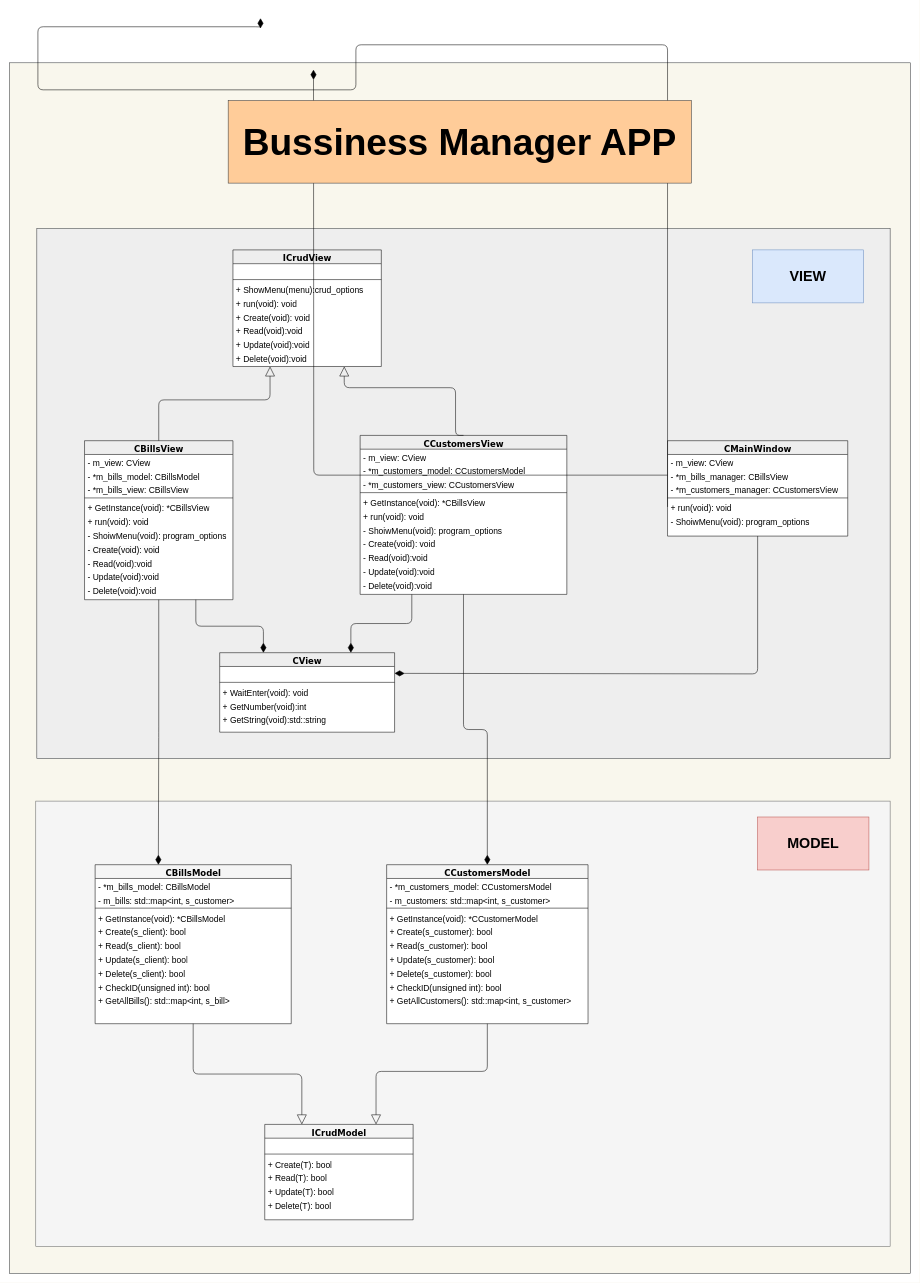
Above: page "Architecture" (1 of 2) of architecture.drawio in rafacc1414/BusinessManager (draw.io), before the change. Source tidied: cells renumbered, new cells numbered last; positions are measured from the earlier drawing's top-left corner, leaving out a move shared by most shapes. Both pictures are drawn from the tidied source at 53%, with x=0, y=0 at pixel (9, 18).
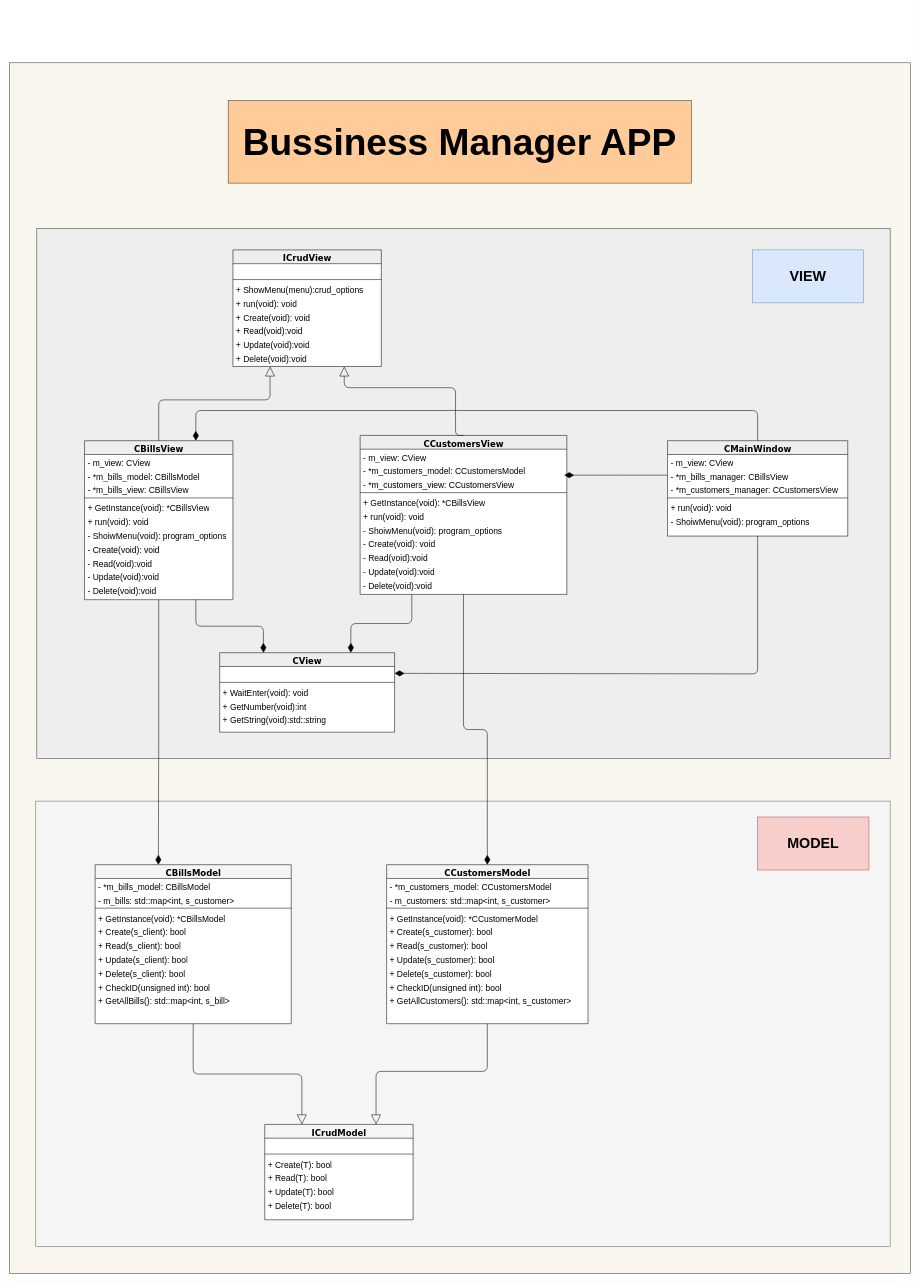
The same page after the edit.

Unchanged cells that the change refers to:
```xml
<mxCell id="4" value="CMainWindow" style="swimlane;html=1;fontStyle=1;align=center;verticalAlign=top;horizontal=1;startSize=26;swimlaneFillColor=#ffffff;rounded=0;shadow=0;comic=0;labelBackgroundColor=none;strokeWidth=1;fillColor=none;fontFamily=Verdana;fontSize=16;" parent="1" vertex="1">
  <mxGeometry x="1242" y="797" width="340" height="180" as="geometry" />
</mxCell>
<mxCell id="6" value="- *m_bills_manager: CBillsView" style="text;html=1;strokeColor=none;fillColor=none;align=left;verticalAlign=top;spacingLeft=4;spacingRight=4;whiteSpace=wrap;overflow=hidden;points=[[0,0.5],[1,0.5]];portConstraint=eastwest;fontSize=16;" parent="4" vertex="1">
  <mxGeometry y="52" width="340" height="26" as="geometry" />
</mxCell>
<mxCell id="9" value="+ run(void): void" style="text;html=1;strokeColor=none;fillColor=none;align=left;verticalAlign=top;spacingLeft=4;spacingRight=4;whiteSpace=wrap;overflow=hidden;points=[[0,0.5],[1,0.5]];portConstraint=eastwest;fontSize=16;" parent="4" vertex="1">
  <mxGeometry y="112" width="340" height="26" as="geometry" />
</mxCell>
<mxCell id="11" value="CBillsView" style="swimlane;html=1;fontStyle=1;align=center;verticalAlign=top;horizontal=1;startSize=26;swimlaneFillColor=#ffffff;rounded=0;shadow=0;comic=0;labelBackgroundColor=none;strokeWidth=1;fillColor=none;fontFamily=Verdana;fontSize=16;" parent="1" vertex="1">
  <mxGeometry x="142" y="797" width="280" height="300" as="geometry" />
</mxCell>
```

Change to the diagram source:
```diff
@@
-    <mxCell id="88" style="edgeStyle=orthogonalEdgeStyle;html=1;labelBackgroundColor=none;startFill=0;startSize=8;endArrow=diamondThin;endFill=1;endSize=16;fontFamily=Verdana;fontSize=12;startArrow=none;targetPerimeterSpacing=0;entryX=1;entryY=0.5;entryDx=0;entryDy=0;exitX=0;exitY=0.5;exitDx=0;exitDy=0;" parent="1" edge="1" source="6">
+    <mxCell id="88" style="edgeStyle=orthogonalEdgeStyle;html=1;labelBackgroundColor=none;startFill=0;startSize=8;endArrow=diamondThin;endFill=1;endSize=16;fontFamily=Verdana;fontSize=12;startArrow=none;targetPerimeterSpacing=0;exitX=0;exitY=0.5;exitDx=0;exitDy=0;" parent="1" edge="1" source="6">
       <mxGeometry relative="1" as="geometry">
-        <mxPoint x="574" y="97" as="targetPoint" />
+        <mxPoint x="1047" y="862" as="targetPoint" />
       </mxGeometry>
     </mxCell>
-    <mxCell id="89" style="edgeStyle=orthogonalEdgeStyle;html=1;labelBackgroundColor=none;startFill=0;startSize=8;endArrow=diamondThin;endFill=1;endSize=16;fontFamily=Verdana;fontSize=12;startArrow=none;targetPerimeterSpacing=0;entryX=1;entryY=0.5;entryDx=0;entryDy=0;exitX=0;exitY=0.5;exitDx=0;exitDy=0;" parent="1" edge="1" source="9">
-      <mxGeometry relative="1" as="geometry">
-        <mxPoint x="474" as="targetPoint" />
-        <Array as="points">
-          <mxPoint x="654" y="50" />
-          <mxPoint x="654" y="135" />
-          <mxPoint x="54" y="135" />
-          <mxPoint x="54" y="16" />
-        </Array>
-      </mxGeometry>
-    </mxCell>
@@
+    <mxCell id="94" style="edgeStyle=orthogonalEdgeStyle;html=1;labelBackgroundColor=none;startFill=0;startSize=8;endArrow=diamondThin;endFill=1;endSize=16;fontFamily=Verdana;fontSize=12;startArrow=none;targetPerimeterSpacing=0;exitX=0.5;exitY=0;exitDx=0;exitDy=0;entryX=0.75;entryY=0;entryDx=0;entryDy=0;" parent="1" edge="1" source="4" target="11">
+      <mxGeometry relative="1" as="geometry">
+        <Array as="points">
+          <mxPoint x="1412" y="740" />
+          <mxPoint x="352" y="740" />
+        </Array>
+      </mxGeometry>
+    </mxCell>
```
